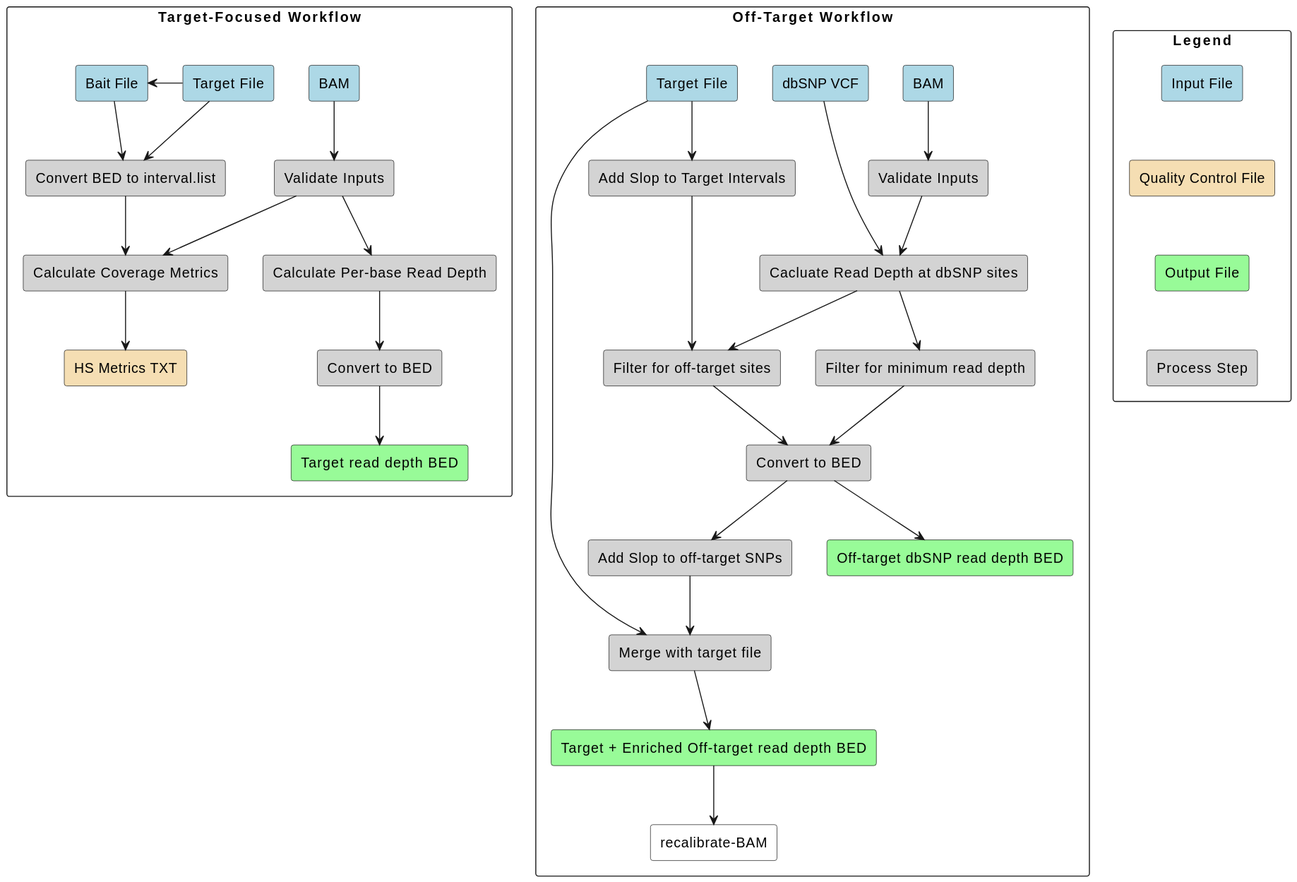
This is docs/calculate-targeted-coverage-flow.svg from uclahs-cds/pipeline-calculate-targeted-coverage, a PlantUML export, as it was before one commit. Source of this version:
```plantuml
@startuml
hide stereotype

skinparam rectangle {
    BackgroundColor<<InputFile>> #LightBlue
    BackgroundColor<<QCFile>> #Wheat
    BackgroundColor<<OutputFile>> #PaleGreen
    BackgroundColor<<ProcessStep>> #LightGray
    BorderColor<<transparent>> transparent
    FontSize<<transparent>> 0
}

rectangle "Target-Focused Workflow" {
    rectangle Input as Input1 <<transparent>> {
        rectangle "Target File" as TargetFile1 <<InputFile>>
        rectangle "Bait File" as BaitFile <<InputFile>>
        rectangle "BAM" as BAM1 <<InputFile>>
    }
    rectangle "Validate Inputs" as ValInputs1 <<ProcessStep>>
    rectangle "Calculate Per-base Read Depth" as CalcReadDepth <<ProcessStep>>
    rectangle "Convert BED to interval.list" as ConvBEDtoIntervalList <<ProcessStep>>
    rectangle "Convert to BED" as ConvtoBED1 <<ProcessStep>>
    rectangle "Calculate Coverage Metrics" as CalcCovMetrics <<ProcessStep>>
    rectangle "Target read depth BED" as TargetReadDepthBED <<OutputFile>>
    rectangle "HS Metrics TXT" as HSMetrics <<QCFile>>
}


rectangle "Off-Target Workflow" {
    rectangle Input as Input2 <<transparent>> {
        rectangle "Target File" as TargetFile2 <<InputFile>>
        rectangle "dbSNP VCF" as dbSNP_VCF <<InputFile>>
        rectangle "BAM" as BAM2 <<InputFile>>
    }
    rectangle "Validate Inputs" as ValInputs2 <<ProcessStep>>
    rectangle "Cacluate Read Depth at dbSNP sites" as CalcReadDepthAtdbSNP <<ProcessStep>>
    rectangle "Filter for minimum read depth" as FilterReadDepth <<ProcessStep>>
    rectangle "Filter for off-target sites" as FilterOffTarget <<ProcessStep>>
    rectangle "Convert to BED" as ConvtoBED2 <<ProcessStep>>
    rectangle "Add Slop to off-target SNPs" as AddSlopOffTarget <<ProcessStep>>
    rectangle "Merge with target file" as MergeWithTarget <<ProcessStep>>
    rectangle "Add Slop to Target Intervals" as AddSlopTarget <<ProcessStep>>

    rectangle "Target + Enriched Off-target read depth BED" as TargetPlusOffTargetReadDepthBED <<OutputFile>>
    rectangle "Off-target dbSNP read depth BED" as OffTargetReadDepth <<OutputFile>>

    rectangle "recalibrate-BAM" as RecalBAM #White
}



TargetFile1 -l-> BaitFile
TargetFile1 --> ConvBEDtoIntervalList
TargetFile2 --> AddSlopTarget
TargetFile2 --> MergeWithTarget

BaitFile --> ConvBEDtoIntervalList

BAM1 --> ValInputs1
BAM2 --> ValInputs2

dbSNP_VCF --> CalcReadDepthAtdbSNP

ValInputs1 --> CalcReadDepth
ValInputs1 --> CalcCovMetrics
ValInputs2 --> CalcReadDepthAtdbSNP

ConvBEDtoIntervalList --> CalcCovMetrics
CalcCovMetrics --> HSMetrics

CalcReadDepth --> ConvtoBED1
ConvtoBED1 --> TargetReadDepthBED

CalcReadDepthAtdbSNP --> FilterReadDepth
CalcReadDepthAtdbSNP --> FilterOffTarget

AddSlopTarget --> FilterOffTarget

FilterReadDepth --> ConvtoBED2
FilterOffTarget --> ConvtoBED2

ConvtoBED2 --> OffTargetReadDepth
ConvtoBED2 --> AddSlopOffTarget

AddSlopOffTarget --> MergeWithTarget

MergeWithTarget --> TargetPlusOffTargetReadDepthBED

TargetPlusOffTargetReadDepthBED --> RecalBAM


rectangle Legend {
    rectangle "Input File" as IF <<InputFile>>
    rectangle "Quality Control File" as QC <<QCFile>>
    rectangle "Output File" as OF <<OutputFile>>
    rectangle "Process Step" as PS <<ProcessStep>>
}

IF -[hidden]-> QC
QC -[hidden]-> OF
OF -[hidden]-> PS

@enduml
```
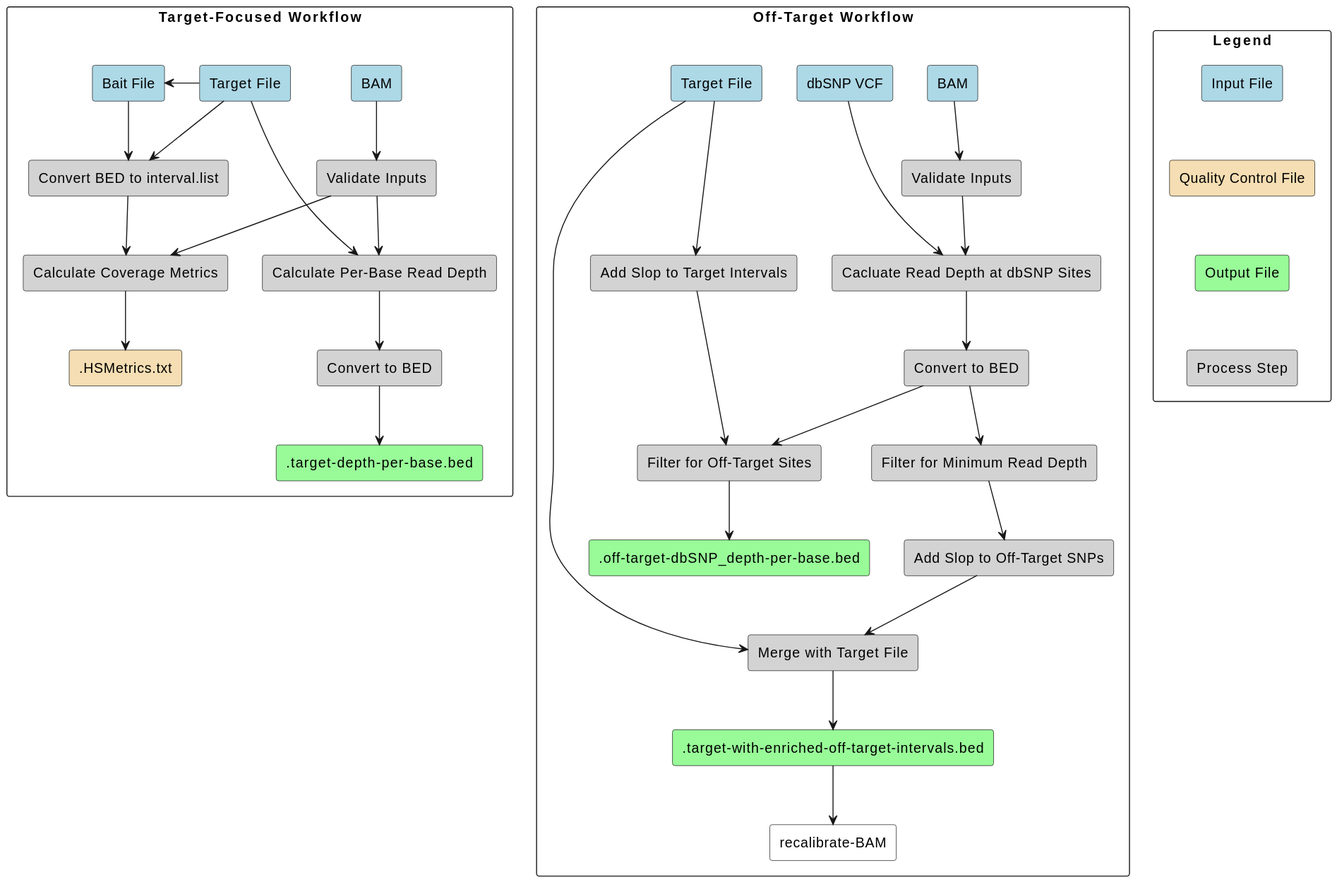
The same file after the commit.

What changed in the source:
```diff
@@ -14,15 +14,15 @@
     rectangle Input as Input1 <<transparent>> {
         rectangle "Target File" as TargetFile1 <<InputFile>>
         rectangle "Bait File" as BaitFile <<InputFile>>
-        rectangle "BAM" as BAM1 <<InputFile>>
     }
+    rectangle "BAM" as BAM1 <<InputFile>>
     rectangle "Validate Inputs" as ValInputs1 <<ProcessStep>>
-    rectangle "Calculate Per-base Read Depth" as CalcReadDepth <<ProcessStep>>
+    rectangle "Calculate Per-Base Read Depth" as CalcReadDepth <<ProcessStep>>
     rectangle "Convert BED to interval.list" as ConvBEDtoIntervalList <<ProcessStep>>
     rectangle "Convert to BED" as ConvtoBED1 <<ProcessStep>>
     rectangle "Calculate Coverage Metrics" as CalcCovMetrics <<ProcessStep>>
-    rectangle "Target read depth BED" as TargetReadDepthBED <<OutputFile>>
-    rectangle "HS Metrics TXT" as HSMetrics <<QCFile>>
+    rectangle ".target-depth-per-base.bed" as TargetReadDepthBED <<OutputFile>>
+    rectangle ".HSMetrics.txt" as HSMetrics <<QCFile>>
 }
 
 
@@ -33,54 +33,53 @@
         rectangle "BAM" as BAM2 <<InputFile>>
     }
     rectangle "Validate Inputs" as ValInputs2 <<ProcessStep>>
-    rectangle "Cacluate Read Depth at dbSNP sites" as CalcReadDepthAtdbSNP <<ProcessStep>>
-    rectangle "Filter for minimum read depth" as FilterReadDepth <<ProcessStep>>
-    rectangle "Filter for off-target sites" as FilterOffTarget <<ProcessStep>>
+    rectangle "Cacluate Read Depth at dbSNP Sites" as CalcReadDepthAtdbSNP <<ProcessStep>>
+    rectangle "Filter for Minimum Read Depth" as FilterReadDepth <<ProcessStep>>
+    rectangle "Filter for Off-Target Sites" as FilterOffTarget <<ProcessStep>>
     rectangle "Convert to BED" as ConvtoBED2 <<ProcessStep>>
-    rectangle "Add Slop to off-target SNPs" as AddSlopOffTarget <<ProcessStep>>
-    rectangle "Merge with target file" as MergeWithTarget <<ProcessStep>>
+    rectangle "Add Slop to Off-Target SNPs" as AddSlopOffTarget <<ProcessStep>>
+    rectangle "Merge with Target File" as MergeWithTarget <<ProcessStep>>
     rectangle "Add Slop to Target Intervals" as AddSlopTarget <<ProcessStep>>
 
-    rectangle "Target + Enriched Off-target read depth BED" as TargetPlusOffTargetReadDepthBED <<OutputFile>>
-    rectangle "Off-target dbSNP read depth BED" as OffTargetReadDepth <<OutputFile>>
+    rectangle ".target-with-enriched-off-target-intervals.bed" as TargetPlusOffTargetReadDepthBED <<OutputFile>>
+    rectangle ".off-target-dbSNP_depth-per-base.bed" as OffTargetReadDepth <<OutputFile>>
 
     rectangle "recalibrate-BAM" as RecalBAM #White
 }
 
 
-
+BAM1 --> ValInputs1
+BaitFile --> ConvBEDtoIntervalList
 TargetFile1 -l-> BaitFile
 TargetFile1 --> ConvBEDtoIntervalList
-TargetFile2 --> AddSlopTarget
-TargetFile2 --> MergeWithTarget
+TargetFile1 --> CalcReadDepth
 
-BaitFile --> ConvBEDtoIntervalList
-
-BAM1 --> ValInputs1
-BAM2 --> ValInputs2
-
-dbSNP_VCF --> CalcReadDepthAtdbSNP
+ConvBEDtoIntervalList --> CalcCovMetrics
 
 ValInputs1 --> CalcReadDepth
 ValInputs1 --> CalcCovMetrics
-ValInputs2 --> CalcReadDepthAtdbSNP
 
-ConvBEDtoIntervalList --> CalcCovMetrics
 CalcCovMetrics --> HSMetrics
 
 CalcReadDepth --> ConvtoBED1
 ConvtoBED1 --> TargetReadDepthBED
 
-CalcReadDepthAtdbSNP --> FilterReadDepth
-CalcReadDepthAtdbSNP --> FilterOffTarget
 
+TargetFile2 ---> AddSlopTarget
+TargetFile2 ---> MergeWithTarget
+dbSNP_VCF --> CalcReadDepthAtdbSNP
+BAM2 --> ValInputs2
+
+ValInputs2 --> CalcReadDepthAtdbSNP
 AddSlopTarget --> FilterOffTarget
 
-FilterReadDepth --> ConvtoBED2
-FilterOffTarget --> ConvtoBED2
+CalcReadDepthAtdbSNP --> ConvtoBED2
 
-ConvtoBED2 --> OffTargetReadDepth
-ConvtoBED2 --> AddSlopOffTarget
+ConvtoBED2 --> FilterOffTarget
+ConvtoBED2 --> FilterReadDepth
+
+FilterReadDepth --> AddSlopOffTarget
+FilterOffTarget --> OffTargetReadDepth
 
 AddSlopOffTarget --> MergeWithTarget
 
```
